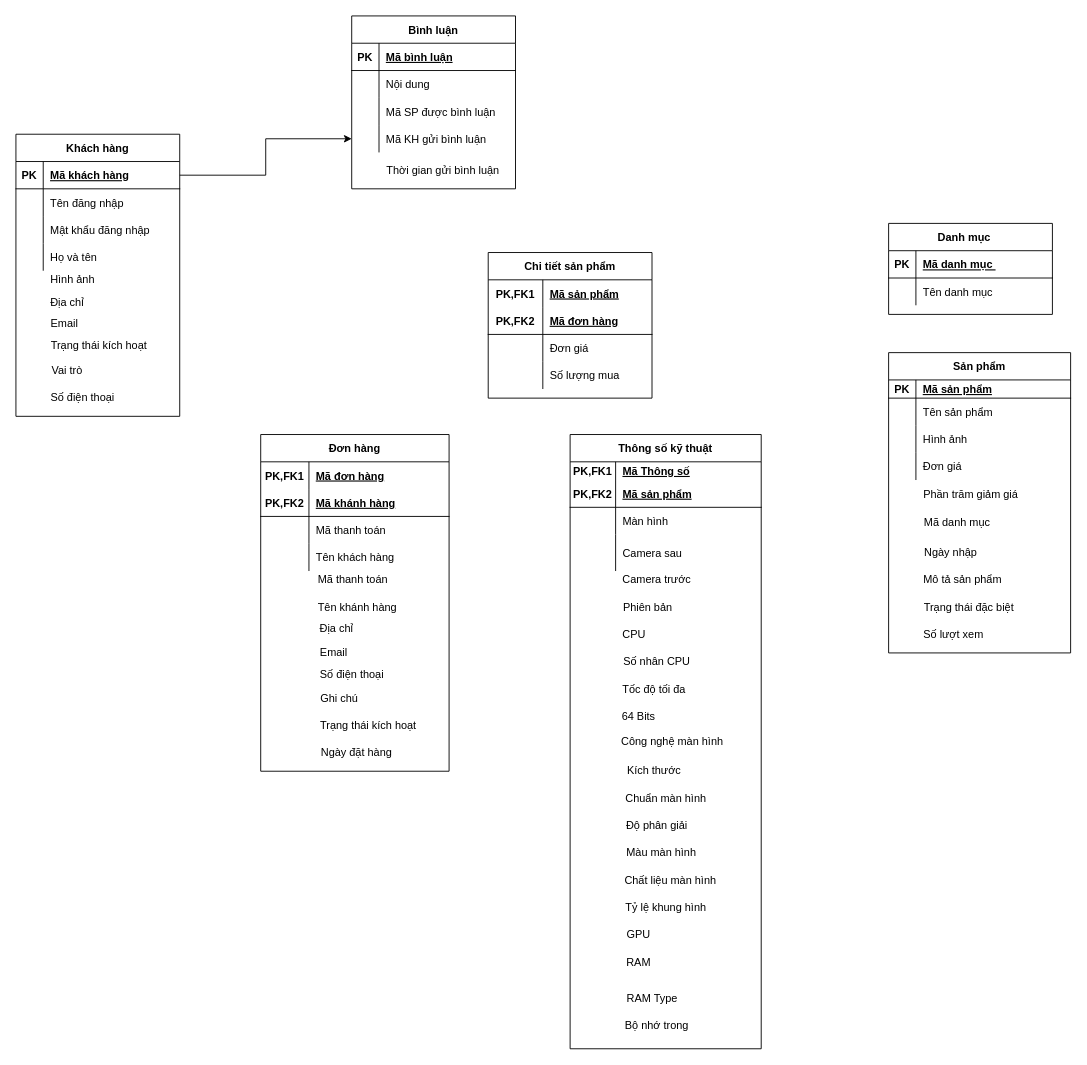
KhoantenKhoan/Team5 keeps this draw.io diagram as Untitled Diagram.drawio. Above is the earlier version. Source tidied: cells renumbered, new cells numbered last; positions are measured from the earlier drawing's top-left corner, leaving out a move shared by most shapes. Both pictures are drawn from the tidied source at 91%, with x=0, y=0 at pixel (15, 15).
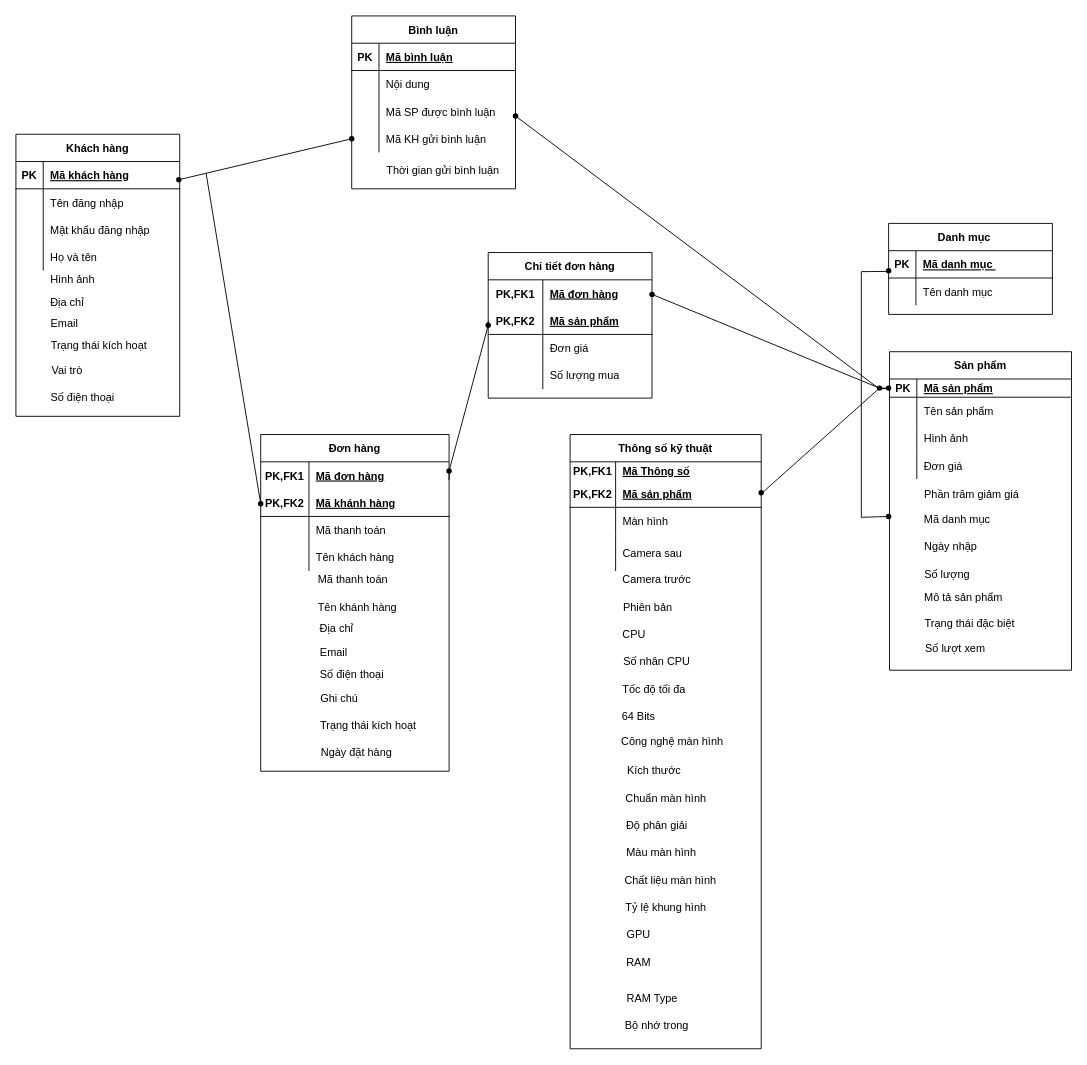
The same page after the edit.

Commit message:
erd_team5

Unchanged cells that the change refers to:
```xml
<mxCell id="6" style="shape=partialRectangle;fillColor=none;top=0;left=0;bottom=1;right=0;points=[[0,0.5],[1,0.5]];portConstraint=eastwest;" parent="2" vertex="1">
  <mxGeometry y="50" width="210" height="30" as="geometry" />
</mxCell>
<mxCell id="16" style="shape=partialRectangle;fillColor=none;top=0;left=0;bottom=1;right=0;points=[[0,0.5],[1,0.5]];portConstraint=eastwest;" parent="15" vertex="1">
  <mxGeometry y="30" width="180" height="30" as="geometry" />
</mxCell>
<mxCell id="23" style="shape=partialRectangle;fillColor=none;top=0;left=0;bottom=1;right=0;points=[[0,0.5],[1,0.5]];portConstraint=eastwest;" parent="22" vertex="1">
  <mxGeometry y="30" width="200" height="20" as="geometry" />
</mxCell>
<mxCell id="59" style="shape=partialRectangle;fillColor=none;top=0;left=0;bottom=1;right=0;points=[[0,0.5],[1,0.5]];portConstraint=eastwest;" parent="58" vertex="1">
  <mxGeometry y="30" width="180" height="30" as="geometry" />
</mxCell>
<mxCell id="98" style="shape=partialRectangle;fillColor=none;top=0;left=0;bottom=0;right=0;" parent="97" vertex="1">
  <mxGeometry y="30" width="180" height="30" as="geometry" />
</mxCell>
<mxCell id="101" style="shape=partialRectangle;fillColor=none;top=0;left=0;bottom=1;right=0;points=[[0,0.5],[1,0.5]];portConstraint=eastwest;" parent="97" vertex="1">
  <mxGeometry y="60" width="180" height="30" as="geometry" />
</mxCell>
<mxCell id="120" style="shape=partialRectangle;fillColor=none;top=0;left=0;bottom=0;right=0;points=[[0,0.5],[1,0.5]];portConstraint=eastwest;" parent="110" vertex="1">
  <mxGeometry y="120" width="180" height="30" as="geometry" />
</mxCell>
```

Diff of the diagram source:
```diff
@@
     <mxCell id="22" value="Sản phẩm" style="shape=table;startSize=30;childLayout=tableLayout;rowLines=0;fontStyle=1;align=center;" parent="1" vertex="1">
-      <mxGeometry x="959" y="370" width="200" height="330" as="geometry" />
+      <mxGeometry x="960" y="369" width="200" height="350" as="geometry" />
     </mxCell>
@@
     <mxCell id="35" value="Phần trăm giảm giá" style="text;html=1;align=center;verticalAlign=middle;strokeColor=none;fillColor=none;" parent="1" vertex="1">
-      <mxGeometry x="989" y="516" width="120" height="20" as="geometry" />
+      <mxGeometry x="990" y="516" width="120" height="20" as="geometry" />
     </mxCell>
     <mxCell id="36" value="Mã danh mục" style="text;html=1;align=center;verticalAlign=middle;strokeColor=none;fillColor=none;" parent="1" vertex="1">
-      <mxGeometry x="989" y="546.5" width="90" height="20" as="geometry" />
+      <mxGeometry x="989" y="544" width="90" height="20" as="geometry" />
     </mxCell>
     <mxCell id="37" value="Ngày nhập" style="text;html=1;align=center;verticalAlign=middle;strokeColor=none;fillColor=none;" parent="1" vertex="1">
-      <mxGeometry x="992" y="580" width="70" height="20" as="geometry" />
+      <mxGeometry x="992" y="573" width="70" height="20" as="geometry" />
     </mxCell>
     <mxCell id="38" value="Mô tả sản phẩm" style="text;html=1;align=center;verticalAlign=middle;strokeColor=none;fillColor=none;" parent="1" vertex="1">
-      <mxGeometry x="990" y="610" width="100" height="20" as="geometry" />
+      <mxGeometry x="991" y="629" width="100" height="20" as="geometry" />
     </mxCell>
     <mxCell id="39" value="Trạng thái đặc biệt" style="text;html=1;align=center;verticalAlign=middle;strokeColor=none;fillColor=none;" parent="1" vertex="1">
-      <mxGeometry x="992" y="640" width="110" height="20" as="geometry" />
+      <mxGeometry x="993" y="658" width="110" height="20" as="geometry" />
     </mxCell>
     <mxCell id="40" value="Số lượt xem" style="text;html=1;align=center;verticalAlign=middle;strokeColor=none;fillColor=none;" parent="1" vertex="1">
-      <mxGeometry x="990" y="670" width="80" height="20" as="geometry" />
+      <mxGeometry x="992" y="685" width="80" height="20" as="geometry" />
     </mxCell>
@@
-    <mxCell id="97" value="Chi tiết sản phẩm" style="shape=table;startSize=30;childLayout=tableLayout;rowLines=0;fontStyle=1;align=center;" parent="1" vertex="1">
+    <mxCell id="97" value="Chi tiết đơn hàng" style="shape=table;startSize=30;childLayout=tableLayout;rowLines=0;fontStyle=1;align=center;" parent="1" vertex="1">
       <mxGeometry x="519" y="260" width="180" height="160" as="geometry" />
     </mxCell>
@@
-    <mxCell id="100" value="Mã sản phẩm" style="shape=partialRectangle;fillColor=none;top=0;left=0;bottom=0;right=0;align=left;spacingLeft=6;fontStyle=5;overflow=hidden;" parent="98" vertex="1">
+    <mxCell id="100" value="Mã đơn hàng" style="shape=partialRectangle;fillColor=none;top=0;left=0;bottom=0;right=0;align=left;spacingLeft=6;fontStyle=5;overflow=hidden;" parent="98" vertex="1">
       <mxGeometry x="60" width="120" height="30" as="geometry" />
     </mxCell>
@@
-    <mxCell id="103" value="Mã đơn hàng" style="shape=partialRectangle;fillColor=none;top=0;left=0;bottom=0;right=0;align=left;spacingLeft=6;fontStyle=5;overflow=hidden;" parent="101" vertex="1">
+    <mxCell id="103" value="Mã sản phẩm" style="shape=partialRectangle;fillColor=none;top=0;left=0;bottom=0;right=0;align=left;spacingLeft=6;fontStyle=5;overflow=hidden;" parent="101" vertex="1">
       <mxGeometry x="60" width="120" height="30" as="geometry" />
     </mxCell>
@@
-    <mxCell id="125" style="edgeStyle=orthogonalEdgeStyle;rounded=0;jettySize=auto;html=1;exitX=1;exitY=0.5;exitDx=0;exitDy=0;entryX=0;entryY=0.5;entryDx=0;entryDy=0;" parent="1" edge="1" source="59" target="120">
-      <mxGeometry relative="1" as="geometry" />
-    </mxCell>
+    <mxCell id="126" style="endArrow=none;html=1;rounded=0;entryX=0;entryY=0.5;entryDx=0;entryDy=0;" parent="1" edge="1" target="120">
+      <mxGeometry relative="1" as="geometry">
+        <mxPoint x="179" y="180" as="sourcePoint" />
+      </mxGeometry>
+    </mxCell>
+    <mxCell id="127" style="endArrow=none;html=1;rounded=0;entryX=0;entryY=0.5;entryDx=0;entryDy=0;startArrow=none;" parent="1" edge="1" source="146">
+      <mxGeometry relative="1" as="geometry">
+        <mxPoint x="269" y="538" as="targetPoint" />
+      </mxGeometry>
+    </mxCell>
+    <mxCell id="128" style="endArrow=none;html=1;rounded=0;entryX=0;entryY=0.5;entryDx=0;entryDy=0;startArrow=none;" parent="1" edge="1" source="151" target="101">
+      <mxGeometry relative="1" as="geometry" />
+    </mxCell>
+    <mxCell id="129" style="endArrow=none;html=1;rounded=0;exitX=1;exitY=0.5;exitDx=0;exitDy=0;" parent="1" edge="1" source="6" target="140">
+      <mxGeometry relative="1" as="geometry" />
+    </mxCell>
+    <mxCell id="130" style="endArrow=none;html=1;rounded=0;entryX=-0.01;entryY=0.76;entryDx=0;entryDy=0;entryPerimeter=0;" parent="1" edge="1" target="16">
+      <mxGeometry relative="1" as="geometry">
+        <mxPoint x="929" y="281" as="sourcePoint" />
+      </mxGeometry>
+    </mxCell>
+    <mxCell id="131" style="endArrow=none;html=1;rounded=0;" parent="1" edge="1">
+      <mxGeometry relative="1" as="geometry">
+        <mxPoint x="929" y="551" as="sourcePoint" />
+        <mxPoint x="929" y="281" as="targetPoint" />
+      </mxGeometry>
+    </mxCell>
+    <mxCell id="132" style="endArrow=none;html=1;rounded=0;startArrow=none;" parent="1" edge="1" source="134">
+      <mxGeometry relative="1" as="geometry">
+        <mxPoint x="959" y="550" as="targetPoint" />
+      </mxGeometry>
+    </mxCell>
+    <mxCell id="133" value="Số lượng" style="text;html=1;align=center;verticalAlign=middle;strokeColor=none;fillColor=none;" parent="1" vertex="1">
+      <mxGeometry x="988" y="604" width="70" height="20" as="geometry" />
+    </mxCell>
+    <mxCell id="134" style="shape=waypoint;sketch=0;fillStyle=solid;size=6;points=[];fillColor=none;perimeter=centerPerimeter;snapToPoint=1;" parent="1" vertex="1">
+      <mxGeometry x="939" y="530" width="40" height="40" as="geometry" />
+    </mxCell>
+    <mxCell id="135" style="endArrow=none;html=1;rounded=0;" parent="1" edge="1" target="134">
+      <mxGeometry relative="1" as="geometry">
+        <mxPoint x="929" y="551" as="sourcePoint" />
+      </mxGeometry>
+    </mxCell>
+    <mxCell id="136" style="shape=waypoint;sketch=0;fillStyle=solid;size=6;fillColor=none;perimeter=centerPerimeter;" parent="1" vertex="1">
+      <mxGeometry x="939" y="260" width="40" height="40" as="geometry" />
+    </mxCell>
+    <mxCell id="137" style="endArrow=none;html=1;rounded=0;startArrow=none;" parent="1" edge="1" source="140">
+      <mxGeometry relative="1" as="geometry">
+        <mxPoint x="949" y="410" as="targetPoint" />
+      </mxGeometry>
+    </mxCell>
+    <mxCell id="138" style="endArrow=none;html=1;rounded=0;" parent="1" edge="1">
+      <mxGeometry relative="1" as="geometry">
+        <mxPoint x="549" y="110" as="sourcePoint" />
+        <mxPoint x="949" y="410" as="targetPoint" />
+      </mxGeometry>
+    </mxCell>
+    <mxCell id="139" style="endArrow=none;html=1;rounded=0;entryX=0;entryY=0.5;entryDx=0;entryDy=0;" parent="1" edge="1" target="23">
+      <mxGeometry relative="1" as="geometry">
+        <mxPoint x="949" y="410" as="sourcePoint" />
+      </mxGeometry>
+    </mxCell>
+    <mxCell id="140" style="shape=waypoint;sketch=0;fillStyle=solid;size=6;points=[];fillColor=none;perimeter=centerPerimeter;snapToPoint=1;" parent="1" vertex="1">
+      <mxGeometry x="929" y="389" width="40" height="40" as="geometry" />
+    </mxCell>
+    <mxCell id="141" style="endArrow=none;html=1;rounded=0;startArrow=none;" parent="1" edge="1" source="142" target="140">
+      <mxGeometry relative="1" as="geometry" />
+    </mxCell>
+    <mxCell id="142" style="shape=waypoint;sketch=0;fillStyle=solid;size=6;points=[];fillColor=none;perimeter=centerPerimeter;snapToPoint=1;" parent="1" vertex="1">
+      <mxGeometry x="939" y="389" width="40" height="40" as="geometry" />
+    </mxCell>
+    <mxCell id="143" style="endArrow=none;html=1;rounded=0;startArrow=none;" parent="1" edge="1" source="154">
+      <mxGeometry relative="1" as="geometry">
+        <mxPoint x="949" y="409" as="targetPoint" />
+      </mxGeometry>
+    </mxCell>
+    <mxCell id="144" style="shape=waypoint;sketch=0;fillStyle=solid;size=6;points=[];fillColor=none;perimeter=centerPerimeter;snapToPoint=1;" parent="1" vertex="1">
+      <mxGeometry x="159" y="160" width="40" height="40" as="geometry" />
+    </mxCell>
+    <mxCell id="145" style="endArrow=none;html=1;rounded=0;entryDx=0;entryDy=0;" parent="1" edge="1" target="144">
+      <mxGeometry relative="1" as="geometry">
+        <mxPoint x="180" y="180" as="sourcePoint" />
+      </mxGeometry>
+    </mxCell>
+    <mxCell id="146" style="shape=waypoint;sketch=0;fillStyle=solid;size=6;points=[];fillColor=none;perimeter=centerPerimeter;snapToPoint=1;" parent="1" vertex="1">
+      <mxGeometry x="249" y="516" width="40" height="40" as="geometry" />
+    </mxCell>
+    <mxCell id="147" style="endArrow=none;html=1;rounded=0;entryDx=0;entryDy=0;startArrow=none;" parent="1" edge="1" target="146">
+      <mxGeometry relative="1" as="geometry">
+        <mxPoint x="209" y="173" as="sourcePoint" />
+      </mxGeometry>
+    </mxCell>
+    <mxCell id="148" style="shape=waypoint;sketch=0;fillStyle=solid;size=6;fillColor=none;perimeter=centerPerimeter;" parent="1" vertex="1">
+      <mxGeometry x="349" y="115" width="40" height="40" as="geometry" />
+    </mxCell>
+    <mxCell id="149" style="shape=waypoint;sketch=0;fillStyle=solid;size=6;points=[];fillColor=none;perimeter=centerPerimeter;snapToPoint=1;" parent="1" vertex="1">
+      <mxGeometry x="456" y="480" width="40" height="40" as="geometry" />
+    </mxCell>
+    <mxCell id="150" style="endArrow=none;html=1;rounded=0;entryDx=0;entryDy=0;" parent="1" edge="1" target="149">
+      <mxGeometry relative="1" as="geometry">
+        <mxPoint x="476" y="510" as="sourcePoint" />
+      </mxGeometry>
+    </mxCell>
+    <mxCell id="151" style="shape=waypoint;sketch=0;fillStyle=solid;size=6;points=[];fillColor=none;perimeter=centerPerimeter;snapToPoint=1;" parent="1" vertex="1">
+      <mxGeometry x="499" y="320" width="40" height="40" as="geometry" />
+    </mxCell>
+    <mxCell id="152" style="endArrow=none;html=1;rounded=0;entryDx=0;entryDy=0;startArrow=none;" parent="1" edge="1" source="149" target="151">
+      <mxGeometry relative="1" as="geometry" />
+    </mxCell>
+    <mxCell id="153" style="shape=waypoint;sketch=0;fillStyle=solid;size=6;fillColor=none;perimeter=centerPerimeter;" parent="1" vertex="1">
+      <mxGeometry x="529" y="90" width="40" height="40" as="geometry" />
+    </mxCell>
+    <mxCell id="154" style="shape=waypoint;sketch=0;fillStyle=solid;size=6;points=[];fillColor=none;perimeter=centerPerimeter;snapToPoint=1;" parent="1" vertex="1">
+      <mxGeometry x="679" y="286" width="40" height="40" as="geometry" />
+    </mxCell>
+    <mxCell id="155" style="endArrow=none;html=1;rounded=0;" parent="1" edge="1" target="154">
+      <mxGeometry relative="1" as="geometry">
+        <mxPoint x="699" y="305" as="sourcePoint" />
+      </mxGeometry>
+    </mxCell>
+    <mxCell id="156" style="shape=waypoint;sketch=0;fillStyle=solid;size=6;fillColor=none;perimeter=centerPerimeter;" parent="1" vertex="1">
+      <mxGeometry x="799" y="504" width="40" height="40" as="geometry" />
+    </mxCell>
```
